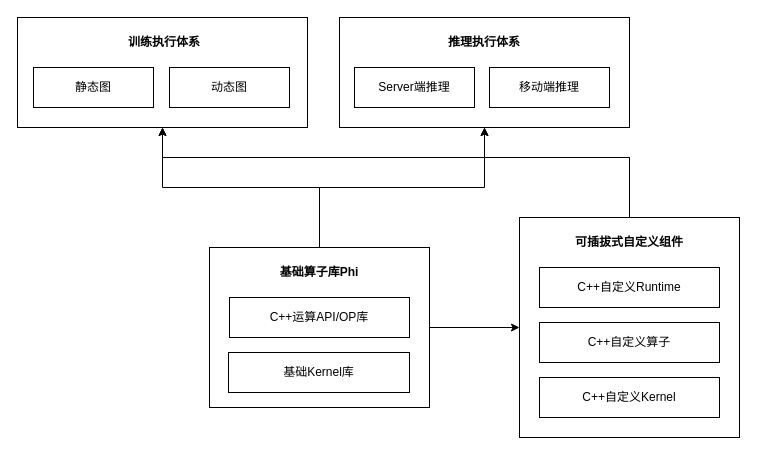
Above: page "all-framework" (1 of 6) of op-lib.drawio in chenwhql/diagrams (draw.io), before the change. Source tidied: cells renumbered, new cells numbered last; positions are measured from the earlier drawing's top-left corner, leaving out a move shared by most shapes. Both pictures are drawn from the tidied source at 100%, with x=0, y=0 at pixel (17, 17).
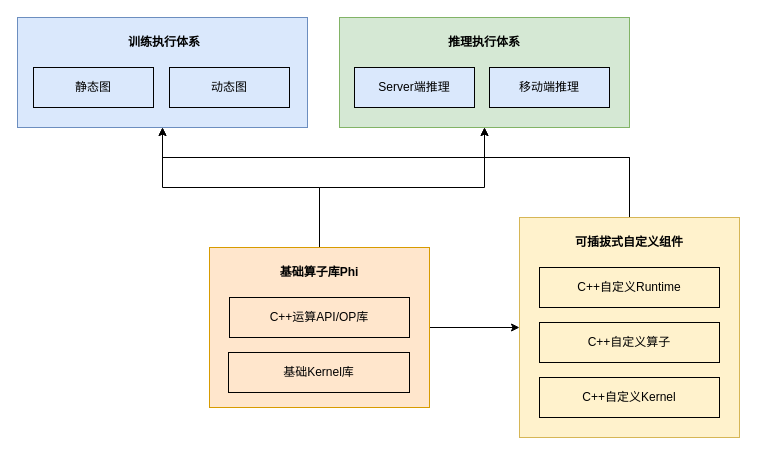
After the change.

What changed in the source:
```diff
@@
-    <mxCell id="4" style="rounded=0;whiteSpace=wrap;html=1;" parent="1" vertex="1">
+    <mxCell id="4" style="rounded=0;whiteSpace=wrap;html=1;fillColor=#fff2cc;strokeColor=#d6b656;" parent="1" vertex="1">
       <mxGeometry x="502" y="200" width="220" height="220" as="geometry" />
     </mxCell>
@@
-    <mxCell id="8" style="rounded=0;whiteSpace=wrap;html=1;" parent="1" vertex="1">
+    <mxCell id="8" style="rounded=0;whiteSpace=wrap;html=1;fillColor=#ffe6cc;strokeColor=#d79b00;" parent="1" vertex="1">
       <mxGeometry x="192" y="230" width="220" height="160" as="geometry" />
     </mxCell>
-    <mxCell id="9" value="基础Kernel库" style="rounded=0;whiteSpace=wrap;html=1;" parent="1" vertex="1">
+    <mxCell id="9" value="基础Kernel库" style="rounded=0;whiteSpace=wrap;html=1;fillColor=#ffe6cc;strokeColor=#000000;" parent="1" vertex="1">
       <mxGeometry x="211" y="335" width="181" height="40" as="geometry" />
     </mxCell>
-    <mxCell id="10" value="C++运算API/OP库" style="rounded=0;whiteSpace=wrap;html=1;" parent="1" vertex="1">
+    <mxCell id="10" value="C++运算API/OP库" style="rounded=0;whiteSpace=wrap;html=1;fillColor=#ffe6cc;strokeColor=#000000;" parent="1" vertex="1">
       <mxGeometry x="212" y="280" width="180" height="40" as="geometry" />
     </mxCell>
-    <mxCell id="11" style="rounded=0;whiteSpace=wrap;html=1;" parent="1" vertex="1">
+    <mxCell id="11" style="rounded=0;whiteSpace=wrap;html=1;fillColor=#dae8fc;strokeColor=#6c8ebf;" parent="1" vertex="1">
       <mxGeometry width="290" height="110" as="geometry" />
     </mxCell>
-    <mxCell id="12" value="动态图" style="rounded=0;whiteSpace=wrap;html=1;" parent="1" vertex="1">
+    <mxCell id="12" value="动态图" style="rounded=0;whiteSpace=wrap;html=1;fillColor=#dae8fc;strokeColor=#000000;" parent="1" vertex="1">
       <mxGeometry x="152" y="50" width="120" height="40" as="geometry" />
     </mxCell>
-    <mxCell id="13" value="静态图" style="rounded=0;whiteSpace=wrap;html=1;" parent="1" vertex="1">
+    <mxCell id="13" value="静态图" style="rounded=0;whiteSpace=wrap;html=1;fillColor=#dae8fc;strokeColor=#000000;" parent="1" vertex="1">
       <mxGeometry x="16" y="50" width="120" height="40" as="geometry" />
     </mxCell>
-    <mxCell id="14" style="rounded=0;whiteSpace=wrap;html=1;" parent="1" vertex="1">
+    <mxCell id="14" style="rounded=0;whiteSpace=wrap;html=1;fillColor=#d5e8d4;strokeColor=#82b366;" parent="1" vertex="1">
       <mxGeometry x="322" width="290" height="110" as="geometry" />
     </mxCell>
-    <mxCell id="15" value="Server端推理" style="rounded=0;whiteSpace=wrap;html=1;" parent="1" vertex="1">
+    <mxCell id="15" value="Server端推理" style="rounded=0;whiteSpace=wrap;html=1;fillColor=#dae8fc;strokeColor=#000000;" parent="1" vertex="1">
       <mxGeometry x="337" y="50" width="120" height="40" as="geometry" />
     </mxCell>
-    <mxCell id="16" value="移动端推理" style="rounded=0;whiteSpace=wrap;html=1;" parent="1" vertex="1">
+    <mxCell id="16" value="移动端推理" style="rounded=0;whiteSpace=wrap;html=1;fillColor=#dae8fc;strokeColor=#000000;" parent="1" vertex="1">
       <mxGeometry x="472" y="50" width="120" height="40" as="geometry" />
     </mxCell>
@@
-    <mxCell id="20" value="C++自定义算子" style="rounded=0;whiteSpace=wrap;html=1;" parent="1" vertex="1">
+    <mxCell id="20" value="C++自定义算子" style="rounded=0;whiteSpace=wrap;html=1;fillColor=#fff2cc;strokeColor=#000000;" parent="1" vertex="1">
       <mxGeometry x="522" y="305" width="180" height="40" as="geometry" />
     </mxCell>
-    <mxCell id="21" value="C++自定义Runtime" style="rounded=0;whiteSpace=wrap;html=1;" parent="1" vertex="1">
+    <mxCell id="21" value="C++自定义Runtime" style="rounded=0;whiteSpace=wrap;html=1;fillColor=#fff2cc;strokeColor=#000000;" parent="1" vertex="1">
       <mxGeometry x="522" y="250" width="180" height="40" as="geometry" />
     </mxCell>
-    <mxCell id="22" value="C++自定义Kernel" style="rounded=0;whiteSpace=wrap;html=1;" parent="1" vertex="1">
+    <mxCell id="22" value="C++自定义Kernel" style="rounded=0;whiteSpace=wrap;html=1;fillColor=#fff2cc;strokeColor=#000000;" parent="1" vertex="1">
       <mxGeometry x="522" y="360" width="180" height="40" as="geometry" />
     </mxCell>
```
